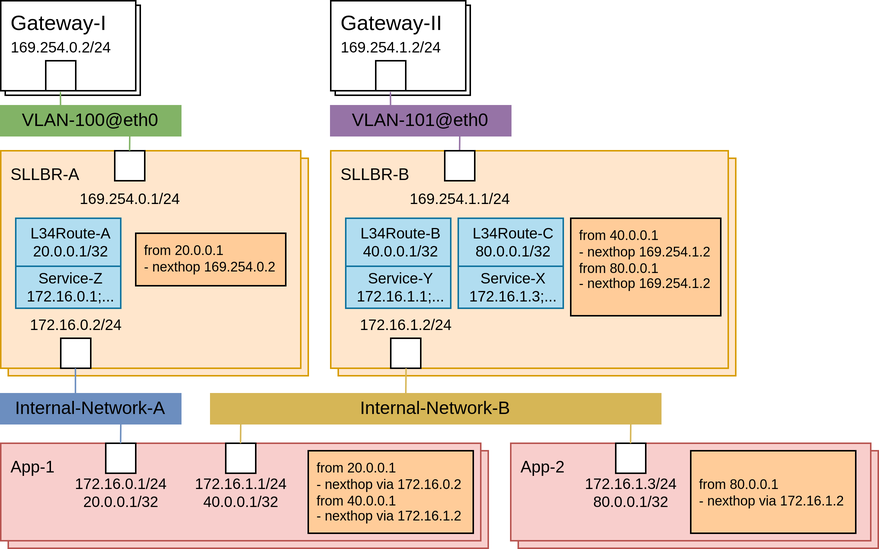
The draw.io diagram docs/resources/diagrams.deployment-Setup-1.png in LionelJouin/meridio-2.x, before a commit. Source tidied: cells renumbered, new cells last; positions are measured from the earlier drawing's top-left corner, leaving out a move shared by most shapes.
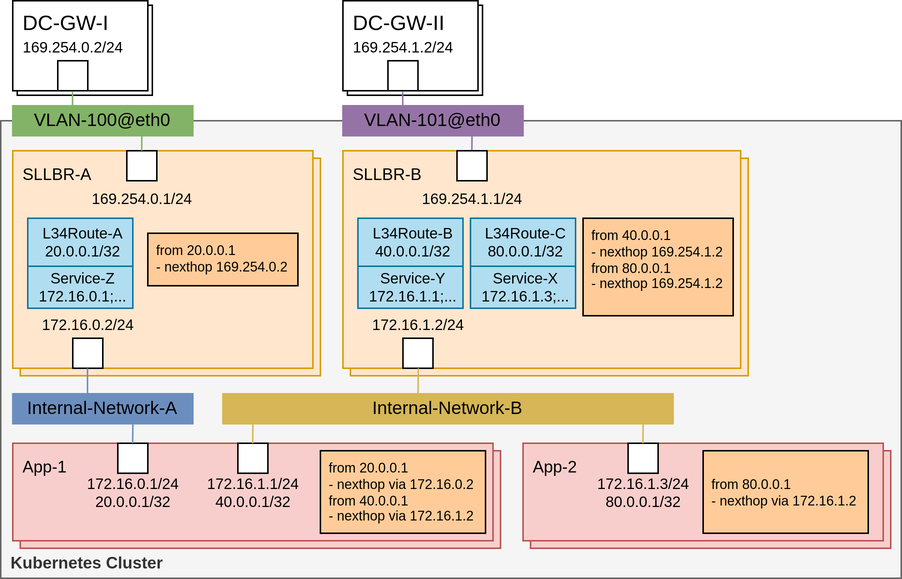
The same diagram one commit later.

Commit message:
Fix picture: DC-GW instead of Gateway

What changed in the source:
```diff
@@ -2,6 +2,9 @@
   <root>
     <mxCell id="0" />
     <mxCell id="1" parent="0" />
+    <mxCell id="46" value="&lt;font&gt;&lt;span style=&quot;font-size: 11px&quot;&gt;&lt;b&gt;Kubernetes Cluster&lt;/b&gt;&lt;/span&gt;&lt;br&gt;&lt;/font&gt;" style="rounded=0;whiteSpace=wrap;html=1;labelBackgroundColor=none;fontSize=14;align=left;fillColor=#F5F5F5;strokeColor=#666666;verticalAlign=bottom;spacingLeft=5;fontColor=#333333;" parent="1" vertex="1">
+      <mxGeometry x="-8" y="80" width="600" height="305" as="geometry" />
+    </mxCell>
     <mxCell id="2" value="Gateway-II" style="rounded=0;whiteSpace=wrap;html=1;labelBackgroundColor=none;fontSize=14;align=left;verticalAlign=top;spacingLeft=5;" parent="1" vertex="1">
       <mxGeometry x="223" y="3" width="90" height="60" as="geometry" />
     </mxCell>
@@ -14,7 +17,7 @@
     <mxCell id="5" value="&lt;font&gt;&lt;span style=&quot;font-size: 11px&quot;&gt;SLLBR-A&lt;/span&gt;&lt;br&gt;&lt;/font&gt;" style="rounded=0;whiteSpace=wrap;html=1;labelBackgroundColor=none;fontSize=14;align=left;fillColor=#ffe6cc;strokeColor=#d79b00;verticalAlign=top;spacingLeft=5;" parent="1" vertex="1">
       <mxGeometry x="5" y="105" width="200" height="145" as="geometry" />
     </mxCell>
-    <mxCell id="6" value="Gateway-I" style="rounded=0;whiteSpace=wrap;html=1;labelBackgroundColor=none;fontSize=14;align=left;verticalAlign=top;spacingLeft=5;" parent="1" vertex="1">
+    <mxCell id="6" value="DC-GW-I" style="rounded=0;whiteSpace=wrap;html=1;labelBackgroundColor=none;fontSize=14;align=left;verticalAlign=top;spacingLeft=5;" parent="1" vertex="1">
       <mxGeometry width="90" height="60" as="geometry" />
     </mxCell>
     <mxCell id="7" value="169.254.0.2/24" style="strokeColor=inherit;fillColor=inherit;gradientColor=inherit;shape=rect;points=[[0,0.5,0]];html=1;align=center;verticalAlign=bottom;labelPosition=center;verticalLabelPosition=top;labelBackgroundColor=none;fontSize=10;paart=1;direction=south;" parent="1" vertex="1">
@@ -76,7 +79,7 @@
     <mxCell id="22" value="Internal-Network-A" style="rounded=0;whiteSpace=wrap;html=1;fillColor=#6C8EBF;strokeColor=#6c8ebf;" parent="1" vertex="1">
       <mxGeometry y="262" width="120" height="20" as="geometry" />
     </mxCell>
-    <mxCell id="23" value="Gateway-II" style="rounded=0;whiteSpace=wrap;html=1;labelBackgroundColor=none;fontSize=14;align=left;verticalAlign=top;spacingLeft=5;" parent="1" vertex="1">
+    <mxCell id="23" value="DC-GW-II" style="rounded=0;whiteSpace=wrap;html=1;labelBackgroundColor=none;fontSize=14;align=left;verticalAlign=top;spacingLeft=5;" parent="1" vertex="1">
       <mxGeometry x="220" width="90" height="60" as="geometry" />
     </mxCell>
     <mxCell id="24" value="169.254.1.2/24" style="strokeColor=inherit;fillColor=inherit;gradientColor=inherit;shape=rect;points=[[0,0.5,0]];html=1;align=center;verticalAlign=bottom;labelPosition=center;verticalLabelPosition=top;labelBackgroundColor=none;fontSize=10;paart=1;direction=south;" parent="1" vertex="1">
```
